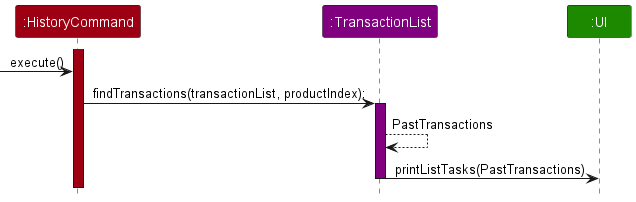
leongxingyu/tp keeps this PlantUML diagram as docs/images/HistoryCommandExecuteSequenceDiagram.png. Above is the earlier version. The source it was exported from:
```plantuml
@startuml
!include style.puml
skinparam ArrowFontStyle plain

Participant ":HistoryCommand" as command COMMANDS_COLOR
Participant ":TransactionList" as transactionlist PRODUCTLIST_COLOR
Participant ":UI" as ui UI_COLOR

activate command COMMANDS_COLOR
-> command : execute()

command -> transactionlist : findTransactions(transactionList, productIndex);
activate transactionlist PRODUCTLIST_COLOR
transactionlist --> transactionlist: PastTransactions


transactionlist -> ui : printListTasks(PastTransactions)
deactivate transactionlist

@enduml
```
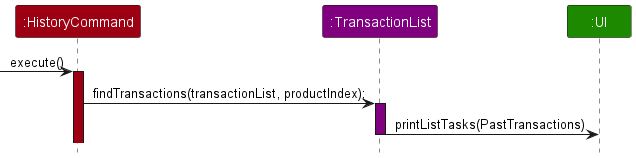
Above is the later version.

Diff of the diagram source:
```diff
@@ -6,13 +6,12 @@
 Participant ":TransactionList" as transactionlist PRODUCTLIST_COLOR
 Participant ":UI" as ui UI_COLOR
 
+
+-> command : execute()
 activate command COMMANDS_COLOR
--> command : execute()
 
 command -> transactionlist : findTransactions(transactionList, productIndex);
 activate transactionlist PRODUCTLIST_COLOR
-transactionlist --> transactionlist: PastTransactions
-
 
 transactionlist -> ui : printListTasks(PastTransactions)
 deactivate transactionlist
```
